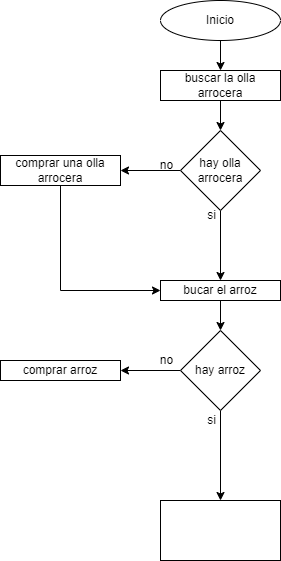
Earlier version of the draw.io export cocinar arroz.drawio.png (dasamepu/platzi-flowcharts-de-la-vida-diaria). Source tidied: cells renumbered, new cells last; positions are measured from the earlier drawing's top-left corner, leaving out a move shared by most shapes.
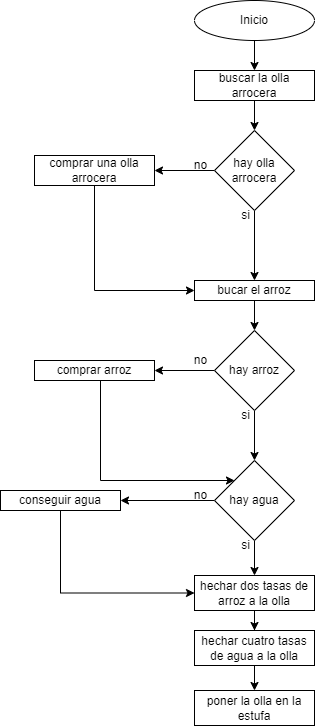
The same diagram one commit later.

Diff of the diagram source:
```diff
@@ -48,23 +48,67 @@
     <mxCell id="15" style="edgeStyle=orthogonalEdgeStyle;rounded=0;jettySize=auto;html=1;" parent="1" edge="1" source="17" target="18">
       <mxGeometry relative="1" as="geometry" />
     </mxCell>
-    <mxCell id="16" style="edgeStyle=orthogonalEdgeStyle;rounded=0;jettySize=auto;html=1;" parent="1" edge="1" source="17" target="20">
-      <mxGeometry relative="1" as="geometry" />
-    </mxCell>
+    <mxCell id="22" style="edgeStyle=orthogonalEdgeStyle;rounded=0;jettySize=auto;html=1;" parent="1" edge="1" source="17" target="26">
+      <mxGeometry relative="1" as="geometry" />
+    </mxCell>
     <mxCell id="17" value="hay arroz" style="rhombus;whiteSpace=wrap;html=1;" parent="1" vertex="1">
       <mxGeometry x="180" y="330" width="80" height="80" as="geometry" />
     </mxCell>
+    <mxCell id="23" style="edgeStyle=orthogonalEdgeStyle;rounded=0;jettySize=auto;html=1;entryX=0;entryY=0;entryDx=0;entryDy=0;" parent="1" edge="1" source="18" target="26">
+      <mxGeometry relative="1" as="geometry">
+        <Array as="points">
+          <mxPoint x="66" y="480" />
+        </Array>
+      </mxGeometry>
+    </mxCell>
     <mxCell id="18" value="comprar arroz" style="whiteSpace=wrap;html=1;" parent="1" vertex="1">
       <mxGeometry y="360" width="120" height="20" as="geometry" />
     </mxCell>
     <mxCell id="19" value="no" style="text;html=1;align=center;verticalAlign=middle;strokeColor=none;fillColor=none;" parent="1" vertex="1">
       <mxGeometry x="146" y="345" width="40" height="30" as="geometry" />
     </mxCell>
-    <mxCell id="20" style="whiteSpace=wrap;html=1;" parent="1" vertex="1">
-      <mxGeometry x="160" y="500" width="120" height="60" as="geometry" />
-    </mxCell>
     <mxCell id="21" value="si" style="text;html=1;align=center;verticalAlign=middle;strokeColor=none;fillColor=none;" parent="1" vertex="1">
-      <mxGeometry x="196" y="405" width="30" height="30" as="geometry" />
+      <mxGeometry x="196" y="400" width="30" height="30" as="geometry" />
     </mxCell>
+    <mxCell id="24" style="edgeStyle=orthogonalEdgeStyle;rounded=0;jettySize=auto;html=1;" parent="1" edge="1" source="26" target="28">
+      <mxGeometry relative="1" as="geometry" />
+    </mxCell>
+    <mxCell id="25" style="edgeStyle=orthogonalEdgeStyle;rounded=0;jettySize=auto;html=1;" parent="1" edge="1" source="26" target="32">
+      <mxGeometry relative="1" as="geometry" />
+    </mxCell>
+    <mxCell id="26" value="hay agua" style="rhombus;whiteSpace=wrap;html=1;" parent="1" vertex="1">
+      <mxGeometry x="180" y="460" width="80" height="80" as="geometry" />
+    </mxCell>
+    <mxCell id="27" style="edgeStyle=orthogonalEdgeStyle;rounded=0;jettySize=auto;html=1;entryX=0;entryY=0.5;entryDx=0;entryDy=0;" parent="1" edge="1" source="28" target="32">
+      <mxGeometry relative="1" as="geometry">
+        <Array as="points">
+          <mxPoint x="26" y="593" />
+        </Array>
+      </mxGeometry>
+    </mxCell>
+    <mxCell id="28" value="conseguir agua" style="whiteSpace=wrap;html=1;" parent="1" vertex="1">
+      <mxGeometry x="-34" y="490" width="120" height="20" as="geometry" />
+    </mxCell>
+    <mxCell id="29" value="si" style="text;html=1;align=center;verticalAlign=middle;strokeColor=none;fillColor=none;" parent="1" vertex="1">
+      <mxGeometry x="196" y="530" width="30" height="30" as="geometry" />
+    </mxCell>
+    <mxCell id="30" value="no" style="text;html=1;align=center;verticalAlign=middle;strokeColor=none;fillColor=none;" parent="1" vertex="1">
+      <mxGeometry x="146" y="480" width="40" height="30" as="geometry" />
+    </mxCell>
+    <mxCell id="31" style="edgeStyle=orthogonalEdgeStyle;rounded=0;jettySize=auto;html=1;" parent="1" edge="1" source="32" target="34">
+      <mxGeometry relative="1" as="geometry" />
+    </mxCell>
+    <mxCell id="32" value="hechar dos tasas de arroz a la olla" style="whiteSpace=wrap;html=1;" parent="1" vertex="1">
+      <mxGeometry x="160" y="575" width="120" height="35" as="geometry" />
+    </mxCell>
+    <mxCell id="33" style="edgeStyle=orthogonalEdgeStyle;rounded=0;jettySize=auto;html=1;" parent="1" edge="1" source="34" target="35">
+      <mxGeometry relative="1" as="geometry" />
+    </mxCell>
+    <mxCell id="34" value="hechar cuatro tasas de agua a la olla" style="whiteSpace=wrap;html=1;" parent="1" vertex="1">
+      <mxGeometry x="160" y="630" width="120" height="35" as="geometry" />
+    </mxCell>
+    <mxCell id="35" value="poner la olla en la estufa" style="whiteSpace=wrap;html=1;" parent="1" vertex="1">
+      <mxGeometry x="160" y="690" width="120" height="35" as="geometry" />
+    </mxCell>
   </root>
 </mxGraphModel>
```
